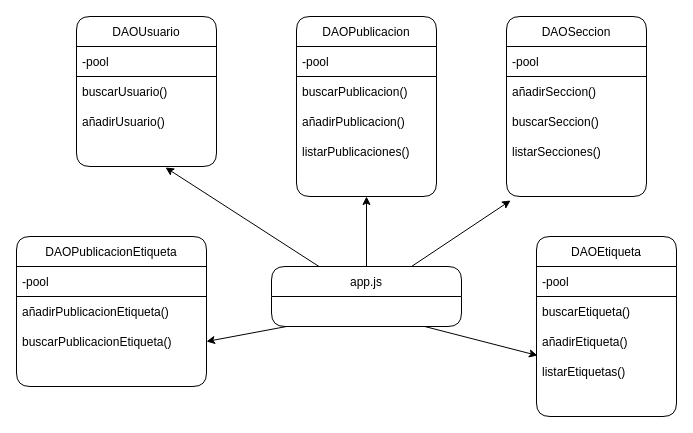
Before: Diagrama Clase.drawio in BryanEdu24/WithU-Project, a draw.io diagram. Source tidied: cells renumbered, new cells numbered last; positions are measured from the earlier drawing's top-left corner, leaving out a move shared by most shapes. Both pictures are drawn from the tidied source at 100%, with x=0, y=0 at pixel (16, 16).
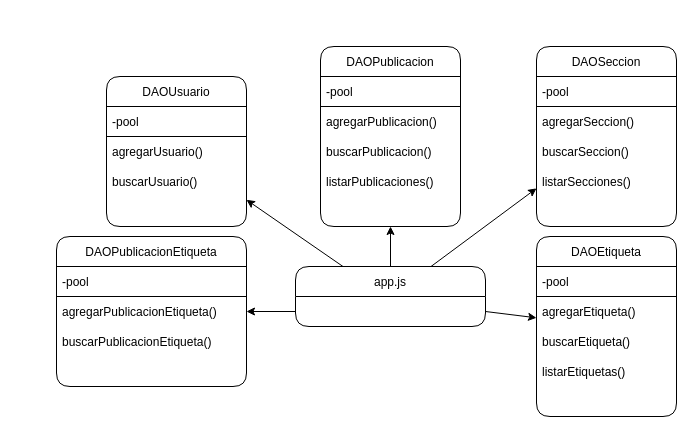
After the change.

The change refers to these unchanged cells:
```xml
<mxCell id="6" style="text;strokeColor=none;fillColor=none;align=left;verticalAlign=middle;spacingLeft=4;spacingRight=4;overflow=hidden;points=[[0,0.5],[1,0.5]];portConstraint=eastwest;" parent="2" vertex="1">
  <mxGeometry y="120" width="140" height="30" as="geometry" />
</mxCell>
<mxCell id="12" style="text;strokeColor=none;fillColor=none;align=left;verticalAlign=middle;spacingLeft=4;spacingRight=4;overflow=hidden;points=[[0,0.5],[1,0.5]];portConstraint=eastwest;" parent="7" vertex="1">
  <mxGeometry y="150" width="140" height="30" as="geometry" />
</mxCell>
<mxCell id="18" style="text;strokeColor=none;fillColor=none;align=left;verticalAlign=middle;spacingLeft=4;spacingRight=4;overflow=hidden;points=[[0,0.5],[1,0.5]];portConstraint=eastwest;" parent="13" vertex="1">
  <mxGeometry y="150" width="140" height="30" as="geometry" />
</mxCell>
<mxCell id="22" value="buscarPublicacionEtiqueta()" style="text;strokeColor=none;fillColor=none;align=left;verticalAlign=middle;spacingLeft=4;spacingRight=4;overflow=hidden;points=[[0,0.5],[1,0.5]];portConstraint=eastwest;" parent="19" vertex="1">
  <mxGeometry y="90" width="190" height="30" as="geometry" />
</mxCell>
<mxCell id="24" value="DAOEtiqueta" style="swimlane;fontStyle=0;horizontal=1;startSize=30;swimlaneFillColor=default;gradientColor=none;rounded=1;" parent="1" vertex="1">
  <mxGeometry x="520" y="220" width="140" height="180" as="geometry" />
</mxCell>
<mxCell id="34" style="text;strokeColor=none;fillColor=none;align=left;verticalAlign=middle;spacingLeft=4;spacingRight=4;overflow=hidden;points=[[0,0.5],[1,0.5]];portConstraint=eastwest;" parent="33" vertex="1">
  <mxGeometry y="30" width="190" height="30" as="geometry" />
</mxCell>
```

Change to the diagram source:
```diff
@@
     <mxCell id="2" value="DAOUsuario" style="swimlane;fontStyle=0;horizontal=1;startSize=30;swimlaneFillColor=default;gradientColor=none;rounded=1;" parent="1" vertex="1">
-      <mxGeometry x="60" width="140" height="150" as="geometry" />
+      <mxGeometry x="90" y="60" width="140" height="150" as="geometry" />
     </mxCell>
@@
+    <mxCell id="5" value="agregarUsuario()" style="text;strokeColor=none;fillColor=none;align=left;verticalAlign=middle;spacingLeft=4;spacingRight=4;overflow=hidden;" parent="2" vertex="1">
+      <mxGeometry y="60" width="140" height="30" as="geometry" />
+    </mxCell>
     <mxCell id="4" value="buscarUsuario()" style="text;strokeColor=none;fillColor=none;align=left;verticalAlign=middle;spacingLeft=4;spacingRight=4;overflow=hidden;" parent="2" vertex="1">
-      <mxGeometry y="60" width="140" height="30" as="geometry" />
+      <mxGeometry y="90" width="140" height="30" as="geometry" />
     </mxCell>
-    <mxCell id="5" value="añadirUsuario()" style="text;strokeColor=none;fillColor=none;align=left;verticalAlign=middle;spacingLeft=4;spacingRight=4;overflow=hidden;" parent="2" vertex="1">
-      <mxGeometry y="90" width="140" height="30" as="geometry" />
-    </mxCell>
@@
     <mxCell id="7" value="DAOPublicacion" style="swimlane;fontStyle=0;horizontal=1;startSize=30;gradientColor=none;swimlaneFillColor=default;glass=0;sketch=0;rounded=1;" parent="1" vertex="1">
-      <mxGeometry x="280" width="140" height="180" as="geometry" />
+      <mxGeometry x="304" y="30" width="140" height="180" as="geometry" />
     </mxCell>
@@
+    <mxCell id="10" value="agregarPublicacion()" style="text;strokeColor=none;fillColor=none;align=left;verticalAlign=middle;spacingLeft=4;spacingRight=4;overflow=hidden;" parent="7" vertex="1">
+      <mxGeometry y="60" width="140" height="30" as="geometry" />
+    </mxCell>
     <mxCell id="9" value="buscarPublicacion()" style="text;strokeColor=none;fillColor=none;align=left;verticalAlign=middle;spacingLeft=4;spacingRight=4;overflow=hidden;" parent="7" vertex="1">
-      <mxGeometry y="60" width="140" height="30" as="geometry" />
+      <mxGeometry y="90" width="140" height="30" as="geometry" />
     </mxCell>
-    <mxCell id="10" value="añadirPublicacion()" style="text;strokeColor=none;fillColor=none;align=left;verticalAlign=middle;spacingLeft=4;spacingRight=4;overflow=hidden;" parent="7" vertex="1">
-      <mxGeometry y="90" width="140" height="30" as="geometry" />
-    </mxCell>
@@
     <mxCell id="13" value="DAOSeccion" style="swimlane;fontStyle=0;horizontal=1;startSize=30;swimlaneFillColor=default;gradientColor=none;rounded=1;" parent="1" vertex="1">
-      <mxGeometry x="490" width="140" height="180" as="geometry" />
+      <mxGeometry x="520" y="30" width="140" height="180" as="geometry" />
     </mxCell>
@@
-    <mxCell id="15" value="añadirSeccion()" style="text;strokeColor=none;fillColor=none;align=left;verticalAlign=middle;spacingLeft=4;spacingRight=4;overflow=hidden;" parent="13" vertex="1">
+    <mxCell id="15" value="agregarSeccion()" style="text;strokeColor=none;fillColor=none;align=left;verticalAlign=middle;spacingLeft=4;spacingRight=4;overflow=hidden;" parent="13" vertex="1">
       <mxGeometry y="60" width="140" height="30" as="geometry" />
     </mxCell>
@@
     <mxCell id="19" value="DAOPublicacionEtiqueta" style="swimlane;fontStyle=0;horizontal=1;startSize=30;swimlaneFillColor=default;gradientColor=none;rounded=1;" parent="1" vertex="1">
-      <mxGeometry y="220" width="190" height="150" as="geometry" />
+      <mxGeometry x="40" y="220" width="190" height="150" as="geometry" />
     </mxCell>
@@
-    <mxCell id="21" value="añadirPublicacionEtiqueta()" style="text;strokeColor=none;fillColor=none;align=left;verticalAlign=middle;spacingLeft=4;spacingRight=4;overflow=hidden;" parent="19" vertex="1">
+    <mxCell id="21" value="agregarPublicacionEtiqueta()" style="text;strokeColor=none;fillColor=none;align=left;verticalAlign=middle;spacingLeft=4;spacingRight=4;overflow=hidden;" parent="19" vertex="1">
       <mxGeometry y="60" width="190" height="30" as="geometry" />
     </mxCell>
@@
+    <mxCell id="27" value="agregarEtiqueta()" style="text;strokeColor=none;fillColor=none;align=left;verticalAlign=middle;spacingLeft=4;spacingRight=4;overflow=hidden;points=[[0,0.5],[1,0.5]];portConstraint=eastwest;" parent="24" vertex="1">
+      <mxGeometry y="60" width="140" height="30" as="geometry" />
+    </mxCell>
     <mxCell id="26" value="buscarEtiqueta()" style="text;strokeColor=none;fillColor=none;align=left;verticalAlign=middle;spacingLeft=4;spacingRight=4;overflow=hidden;" parent="24" vertex="1">
-      <mxGeometry y="60" width="140" height="30" as="geometry" />
+      <mxGeometry y="90" width="140" height="30" as="geometry" />
     </mxCell>
-    <mxCell id="27" value="añadirEtiqueta()" style="text;strokeColor=none;fillColor=none;align=left;verticalAlign=middle;spacingLeft=4;spacingRight=4;overflow=hidden;points=[[0,0.5],[1,0.5]];portConstraint=eastwest;" parent="24" vertex="1">
-      <mxGeometry y="90" width="140" height="30" as="geometry" />
-    </mxCell>
@@
-    <mxCell id="30" style="edgeStyle=none;html=1;exitX=0.5;exitY=0;exitDx=0;exitDy=0;" parent="1" edge="1" source="33" target="12">
+    <mxCell id="30" style="edgeStyle=none;html=1;exitX=0.5;exitY=0;exitDx=0;exitDy=0;" parent="1" edge="1" source="33" target="7">
       <mxGeometry relative="1" as="geometry" />
     </mxCell>
-    <mxCell id="31" style="edgeStyle=none;html=1;exitX=0.25;exitY=0;exitDx=0;exitDy=0;entryX=0.636;entryY=1.033;entryDx=0;entryDy=0;entryPerimeter=0;" parent="1" edge="1" source="33" target="6">
+    <mxCell id="31" style="edgeStyle=none;html=1;exitX=0.25;exitY=0;exitDx=0;exitDy=0;" parent="1" edge="1" source="33" target="2">
       <mxGeometry relative="1" as="geometry" />
     </mxCell>
-    <mxCell id="32" style="edgeStyle=none;html=1;entryX=0.029;entryY=1.133;entryDx=0;entryDy=0;entryPerimeter=0;" parent="1" edge="1" source="33" target="18">
+    <mxCell id="32" style="edgeStyle=none;html=1;" parent="1" edge="1" source="33" target="13">
       <mxGeometry relative="1" as="geometry" />
     </mxCell>
     <mxCell id="33" value="app.js" style="swimlane;fontStyle=0;horizontal=1;startSize=30;swimlaneFillColor=default;gradientColor=none;swimlaneLine=1;rounded=1;" parent="1" vertex="1">
-      <mxGeometry x="255" y="250" width="190" height="60" as="geometry" />
+      <mxGeometry x="279" y="250" width="190" height="60" as="geometry" />
     </mxCell>
@@
-    <mxCell id="35" style="edgeStyle=none;html=1;entryX=1;entryY=0.5;entryDx=0;entryDy=0;" parent="1" edge="1" source="34" target="22">
+    <mxCell id="35" style="edgeStyle=none;html=1;exitX=0;exitY=0.5;exitDx=0;exitDy=0;" parent="1" edge="1" source="34" target="19">
       <mxGeometry relative="1" as="geometry" />
     </mxCell>
-    <mxCell id="36" style="edgeStyle=none;html=1;entryX=0.007;entryY=0.967;entryDx=0;entryDy=0;entryPerimeter=0;" parent="1" edge="1" source="34" target="27">
+    <mxCell id="36" style="edgeStyle=none;html=1;exitX=1;exitY=0.5;exitDx=0;exitDy=0;" parent="1" edge="1" source="34" target="24">
       <mxGeometry relative="1" as="geometry" />
     </mxCell>
```
